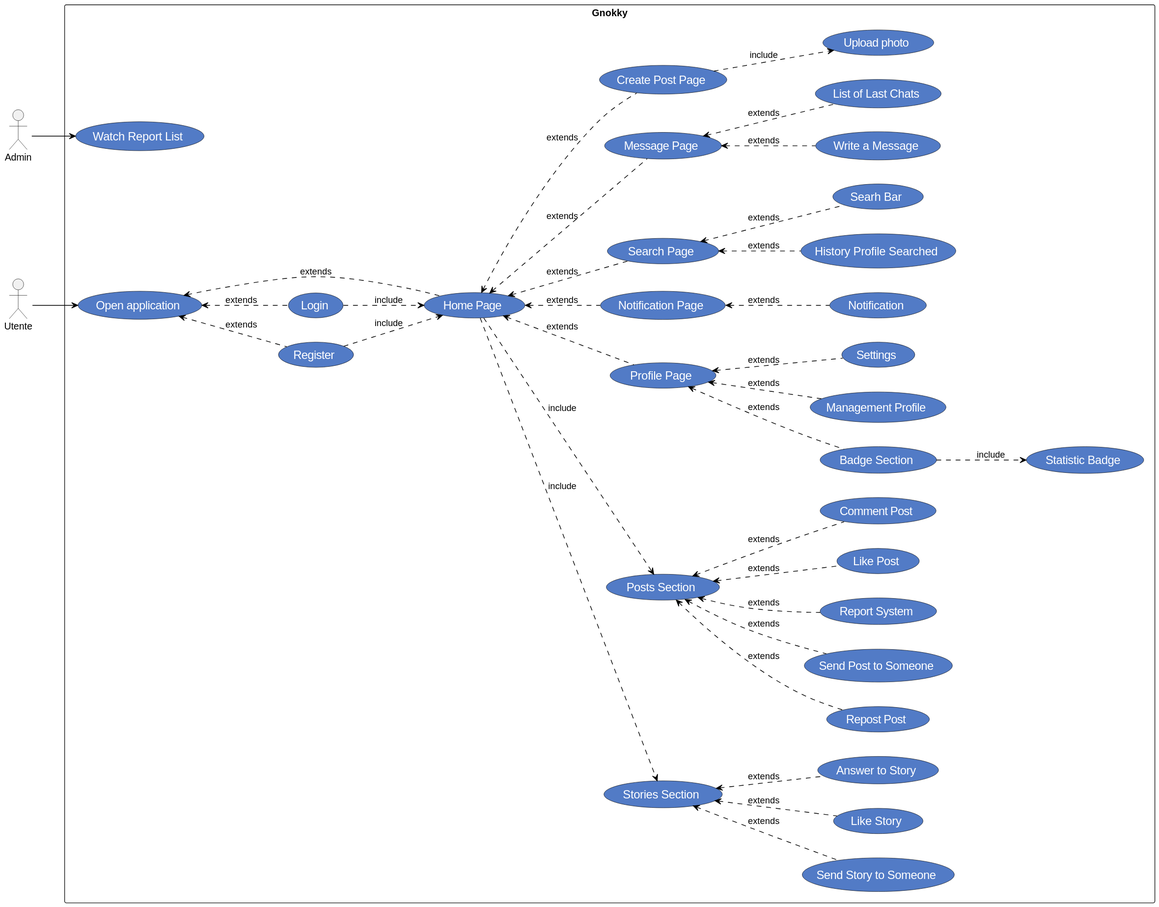
Earlier version of the PlantUML export OtherFiles/UseCase/gnokky.svg (LorenzonLuca/Gnokky). Its diagram source:
```plantuml
@startuml gnokky
skinparam usecase {
    FontColor          white
    AttributeFontColor white
    FontSize           17
    AttributeFontSize  15
    AttributeFontname  Droid Sans Mono
    BackgroundColor    #527BC6
    BorderColor        black
    ArrowColor         black
}
left to right direction
:Admin:
:Utente:
rectangle Gnokky{
    Utente --> (Open application)
    Admin --> (Watch Report List)

    (Open application) <.. (Register) : extends
    (Open application) <.. (Login) : extends
    (Open application) <.. (Home Page) : extends
    (Register) ..> (Home Page) : include
    (Login) ..> (Home Page) : include

    (Home Page) ..> (Stories Section) : include
    (Home Page) ..> (Posts Section) : include
    (Home Page) <.. (Profile Page) : extends
    (Home Page) <.. (Notification Page) : extends
    (Home Page) <.. (Search Page) : extends
    (Home Page) <.. (Message Page) : extends
    (Home Page) <.. (Create Post Page) : extends

    (Profile Page) <.. (Management Profile) : extends
    (Profile Page) <.. (Settings) : extends
    (Profile Page) <.. (Badge Section) : extends

    (Badge Section) ..> (Statistic Badge) : include

    (Notification Page) <.. (Notification) : extends

    (Search Page) <.. (Searh Bar) : extends
    (Search Page) <.. (History Profile Searched) : extends

    (Message Page) <.. (List of Last Chats) : extends
    (Message Page) <.. (Write a Message) : extends

    (Create Post Page) ..> (Upload photo) : include

    (Stories Section) <.. (Like Story) : extends
    (Stories Section) <.. (Answer to Story) : extends
    (Stories Section) <.. (Send Story to Someone) : extends

    (Posts Section) <.. (Like Post) : extends
    (Posts Section) <.. (Comment Post) : extends
    (Posts Section) <.. (Repost Post) : extends
    (Posts Section) <.. (Send Post to Someone) : extends
    (Posts Section) <.. (Report System) : extends
}

@enduml
```
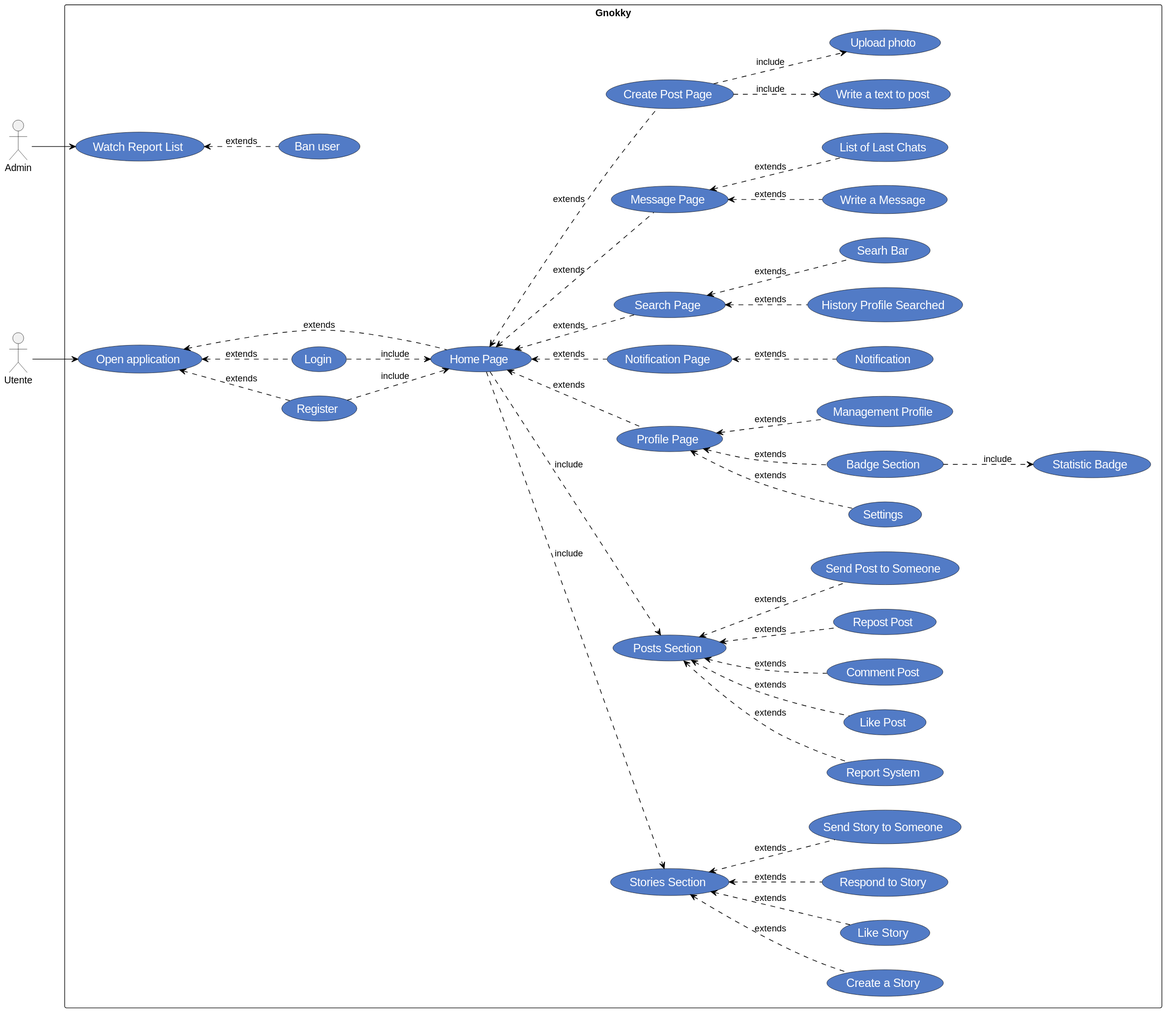
Later version of the same file.

Commit message:
Use case v2

The edit, as a diff of the source:
```diff
@@ -15,6 +15,8 @@
 rectangle Gnokky{
     Utente --> (Open application)
     Admin --> (Watch Report List)
+
+    (Watch Report List) <.. (Ban user) : extends
 
     (Open application) <.. (Register) : extends
     (Open application) <.. (Login) : extends
@@ -45,10 +47,12 @@
     (Message Page) <.. (Write a Message) : extends
 
     (Create Post Page) ..> (Upload photo) : include
+    (Create Post Page) ..> (Write a text to post) : include
 
     (Stories Section) <.. (Like Story) : extends
-    (Stories Section) <.. (Answer to Story) : extends
+    (Stories Section) <.. (Respond to Story) : extends
     (Stories Section) <.. (Send Story to Someone) : extends
+    (Stories Section) <.. (Create a Story) : extends
 
     (Posts Section) <.. (Like Post) : extends
     (Posts Section) <.. (Comment Post) : extends
```
